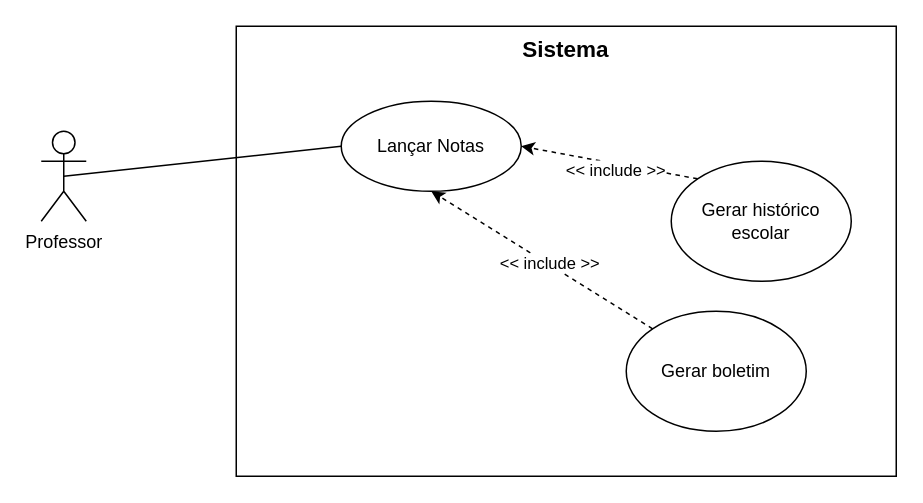
Earlier version of the draw.io diagram Requisito-07.drawio (LizReis/An-lise-de-Sistemas). Source tidied: cells renumbered, new cells numbered last; positions are measured from the earlier drawing's top-left corner, leaving out a move shared by most shapes. Both pictures are drawn from the tidied source at 150%, with x=0, y=0 at pixel (40, 26).
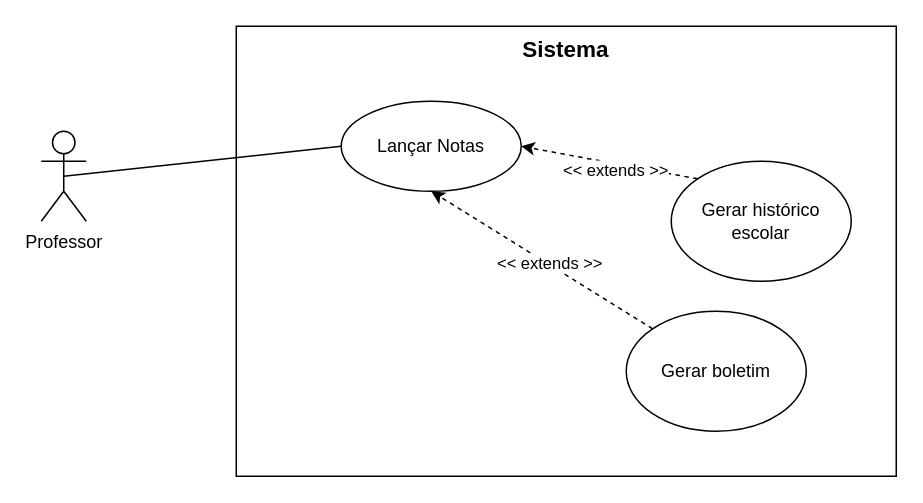
After the change.

What changed in the source:
```diff
@@
 <mxGraphModel>
   <root>
     <mxCell id="0" />
     <mxCell id="1" parent="0" />
     <mxCell id="2" style="rounded=0;whiteSpace=wrap;html=1;" parent="1" vertex="1">
       <mxGeometry x="130" width="440" height="300" as="geometry" />
     </mxCell>
     <mxCell id="3" value="Professor" style="shape=umlActor;verticalLabelPosition=bottom;verticalAlign=top;html=1;outlineConnect=0;" parent="1" vertex="1">
       <mxGeometry y="70" width="30" height="60" as="geometry" />
     </mxCell>
     <mxCell id="4" value="Lançar Notas" style="ellipse;whiteSpace=wrap;html=1;" parent="1" vertex="1">
       <mxGeometry x="200" y="50" width="120" height="60" as="geometry" />
     </mxCell>
     <mxCell id="5" value="Gerar boletim" style="ellipse;whiteSpace=wrap;html=1;" parent="1" vertex="1">
       <mxGeometry x="390" y="190" width="120" height="80" as="geometry" />
     </mxCell>
     <mxCell id="6" value="Gerar histórico escolar" style="ellipse;whiteSpace=wrap;html=1;" parent="1" vertex="1">
       <mxGeometry x="420" y="90" width="120" height="80" as="geometry" />
     </mxCell>
     <mxCell id="7" style="endArrow=none;html=1;rounded=0;exitX=0.5;exitY=0.5;exitDx=0;exitDy=0;exitPerimeter=0;entryX=0;entryY=0.5;entryDx=0;entryDy=0;" parent="1" edge="1" source="3" target="4">
       <mxGeometry relative="1" as="geometry" />
     </mxCell>
     <mxCell id="8" style="endArrow=classic;html=1;rounded=0;entryX=0.5;entryY=1;entryDx=0;entryDy=0;exitX=0;exitY=0;exitDx=0;exitDy=0;dashed=1;" parent="1" edge="1" source="5" target="4">
       <mxGeometry relative="1" as="geometry" />
     </mxCell>
-    <mxCell id="9" value="&amp;lt;&amp;lt; include &amp;gt;&amp;gt;" style="edgeLabel;html=1;align=center;verticalAlign=middle;" parent="8" vertex="1">
+    <mxCell id="9" value="&amp;lt;&amp;lt; extends &amp;gt;&amp;gt;" style="edgeLabel;html=1;align=center;verticalAlign=middle;" parent="8" vertex="1">
       <mxGeometry x="-0.04" relative="1" as="geometry">
         <mxPoint x="1" as="offset" />
       </mxGeometry>
     </mxCell>
     <mxCell id="10" style="endArrow=classic;html=1;rounded=0;entryX=1;entryY=0.5;entryDx=0;entryDy=0;exitX=0;exitY=0;exitDx=0;exitDy=0;dashed=1;" parent="1" edge="1" source="6" target="4">
       <mxGeometry relative="1" as="geometry" />
     </mxCell>
-    <mxCell id="11" value="&amp;lt;&amp;lt; include &amp;gt;&amp;gt;" style="edgeLabel;html=1;align=center;verticalAlign=middle;" parent="10" vertex="1">
+    <mxCell id="11" value="&amp;lt;&amp;lt; extends &amp;gt;&amp;gt;" style="edgeLabel;html=1;align=center;verticalAlign=middle;" parent="10" vertex="1">
       <mxGeometry x="-0.08" y="4" relative="1" as="geometry" />
     </mxCell>
     <mxCell id="12" value="Sistema" style="text;html=1;align=center;verticalAlign=middle;whiteSpace=wrap;rounded=0;fontStyle=1;fontSize=15;" parent="1" vertex="1">
       <mxGeometry x="320" width="60" height="30" as="geometry" />
     </mxCell>
   </root>
 </mxGraphModel>
```
